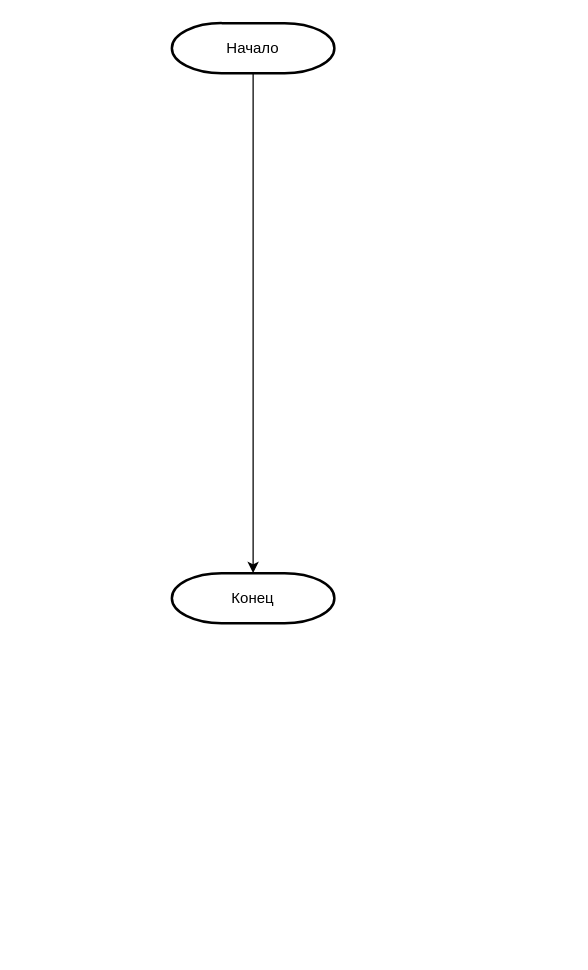
Earlier version of the draw.io diagram Algorithm_OPZ/(1. ВД) Алгоритм Сбор данных Mitre Att&ck.drawio (SmirnovBogdan8/Diplom). Source tidied: cells renumbered, new cells numbered last; positions are measured from the earlier drawing's top-left corner, leaving out a move shared by most shapes. Both pictures are drawn from the tidied source at 125%, with x=0, y=0 at pixel (171, 22).
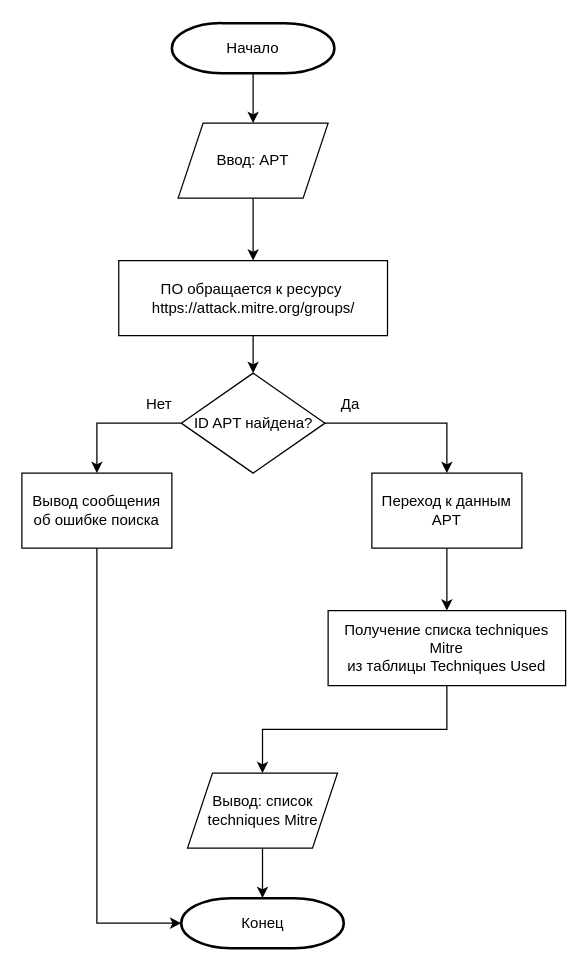
The same page after the edit.

The change refers to these unchanged cells:
```xml
<mxCell id="3" value="Начало" style="strokeWidth=2;html=1;shape=mxgraph.flowchart.terminator;whiteSpace=wrap;" parent="1" vertex="1">
  <mxGeometry width="130" height="40" as="geometry" />
</mxCell>
```

The edit, as a diff of the source:
```diff
@@
-    <mxCell id="2" style="edgeStyle=orthogonalEdgeStyle;rounded=0;jettySize=auto;html=1;exitX=0.5;exitY=1;exitDx=0;exitDy=0;exitPerimeter=0;" parent="1" edge="1" source="3" target="4">
-      <mxGeometry relative="1" as="geometry" />
-    </mxCell>
+    <mxCell id="5" style="edgeStyle=orthogonalEdgeStyle;rounded=0;jettySize=auto;html=1;" parent="1" edge="1" source="3" target="7">
+      <mxGeometry relative="1" as="geometry" />
+    </mxCell>
@@
     <mxCell id="4" value="Конец" style="strokeWidth=2;html=1;shape=mxgraph.flowchart.terminator;whiteSpace=wrap;" parent="1" vertex="1">
-      <mxGeometry y="440" width="130" height="40" as="geometry" />
+      <mxGeometry x="7.5" y="700" width="130" height="40" as="geometry" />
     </mxCell>
+    <mxCell id="6" style="edgeStyle=orthogonalEdgeStyle;rounded=0;jettySize=auto;html=1;" parent="1" edge="1" source="7" target="11">
+      <mxGeometry relative="1" as="geometry" />
+    </mxCell>
+    <mxCell id="7" value="Ввод: APT" style="shape=parallelogram;perimeter=parallelogramPerimeter;whiteSpace=wrap;html=1;fixedSize=1;" parent="1" vertex="1">
+      <mxGeometry x="5" y="80" width="120" height="60" as="geometry" />
+    </mxCell>
+    <mxCell id="8" style="edgeStyle=orthogonalEdgeStyle;rounded=0;jettySize=auto;html=1;" parent="1" edge="1" source="9" target="4">
+      <mxGeometry relative="1" as="geometry" />
+    </mxCell>
+    <mxCell id="9" value="Вывод: список techniques Mitre" style="shape=parallelogram;perimeter=parallelogramPerimeter;whiteSpace=wrap;html=1;fixedSize=1;" parent="1" vertex="1">
+      <mxGeometry x="12.5" y="600" width="120" height="60" as="geometry" />
+    </mxCell>
+    <mxCell id="10" style="edgeStyle=orthogonalEdgeStyle;rounded=0;jettySize=auto;html=1;" parent="1" edge="1" source="11" target="14">
+      <mxGeometry relative="1" as="geometry" />
+    </mxCell>
+    <mxCell id="11" value="ПО обращается к ресурсу&amp;nbsp;&lt;div&gt;https://attack.mitre.org/groups/&lt;/div&gt;" style="rounded=0;whiteSpace=wrap;html=1;" parent="1" vertex="1">
+      <mxGeometry x="-42.5" y="190" width="215" height="60" as="geometry" />
+    </mxCell>
+    <mxCell id="12" style="edgeStyle=orthogonalEdgeStyle;rounded=0;jettySize=auto;html=1;exitX=0;exitY=0.5;exitDx=0;exitDy=0;entryX=0.5;entryY=0;entryDx=0;entryDy=0;" parent="1" edge="1" source="14" target="15">
+      <mxGeometry relative="1" as="geometry" />
+    </mxCell>
+    <mxCell id="13" style="edgeStyle=orthogonalEdgeStyle;rounded=0;jettySize=auto;html=1;exitX=1;exitY=0.5;exitDx=0;exitDy=0;entryX=0.5;entryY=0;entryDx=0;entryDy=0;" parent="1" edge="1" source="14" target="17">
+      <mxGeometry relative="1" as="geometry" />
+    </mxCell>
+    <mxCell id="14" value="ID APT найдена?" style="rhombus;whiteSpace=wrap;html=1;" parent="1" vertex="1">
+      <mxGeometry x="7.5" y="280" width="115" height="80" as="geometry" />
+    </mxCell>
+    <mxCell id="15" value="Вывод сообщения об ошибке поиска" style="rounded=0;whiteSpace=wrap;html=1;" parent="1" vertex="1">
+      <mxGeometry x="-120" y="360" width="120" height="60" as="geometry" />
+    </mxCell>
+    <mxCell id="16" style="edgeStyle=orthogonalEdgeStyle;rounded=0;jettySize=auto;html=1;" parent="1" edge="1" source="17" target="19">
+      <mxGeometry relative="1" as="geometry" />
+    </mxCell>
+    <mxCell id="17" value="Переход к данным APT" style="rounded=0;whiteSpace=wrap;html=1;" parent="1" vertex="1">
+      <mxGeometry x="160" y="360" width="120" height="60" as="geometry" />
+    </mxCell>
+    <mxCell id="18" style="edgeStyle=orthogonalEdgeStyle;rounded=0;jettySize=auto;html=1;entryX=0.5;entryY=0;entryDx=0;entryDy=0;" parent="1" edge="1" source="19" target="9">
+      <mxGeometry relative="1" as="geometry" />
+    </mxCell>
+    <mxCell id="19" value="Получение списка techniques Mitre&lt;br&gt;из таблицы&amp;nbsp;Techniques Used" style="rounded=0;whiteSpace=wrap;html=1;" parent="1" vertex="1">
+      <mxGeometry x="125" y="470" width="190" height="60" as="geometry" />
+    </mxCell>
+    <mxCell id="20" value="Да" style="text;html=1;align=center;verticalAlign=middle;whiteSpace=wrap;rounded=0;" parent="1" vertex="1">
+      <mxGeometry x="113" y="290" width="60" height="30" as="geometry" />
+    </mxCell>
+    <mxCell id="21" value="Нет" style="text;html=1;align=center;verticalAlign=middle;whiteSpace=wrap;rounded=0;" parent="1" vertex="1">
+      <mxGeometry x="-40" y="290" width="60" height="30" as="geometry" />
+    </mxCell>
+    <mxCell id="22" style="edgeStyle=orthogonalEdgeStyle;rounded=0;jettySize=auto;html=1;exitX=0.5;exitY=1;exitDx=0;exitDy=0;entryX=0;entryY=0.5;entryDx=0;entryDy=0;entryPerimeter=0;" parent="1" edge="1" source="15" target="4">
+      <mxGeometry relative="1" as="geometry" />
+    </mxCell>
```
